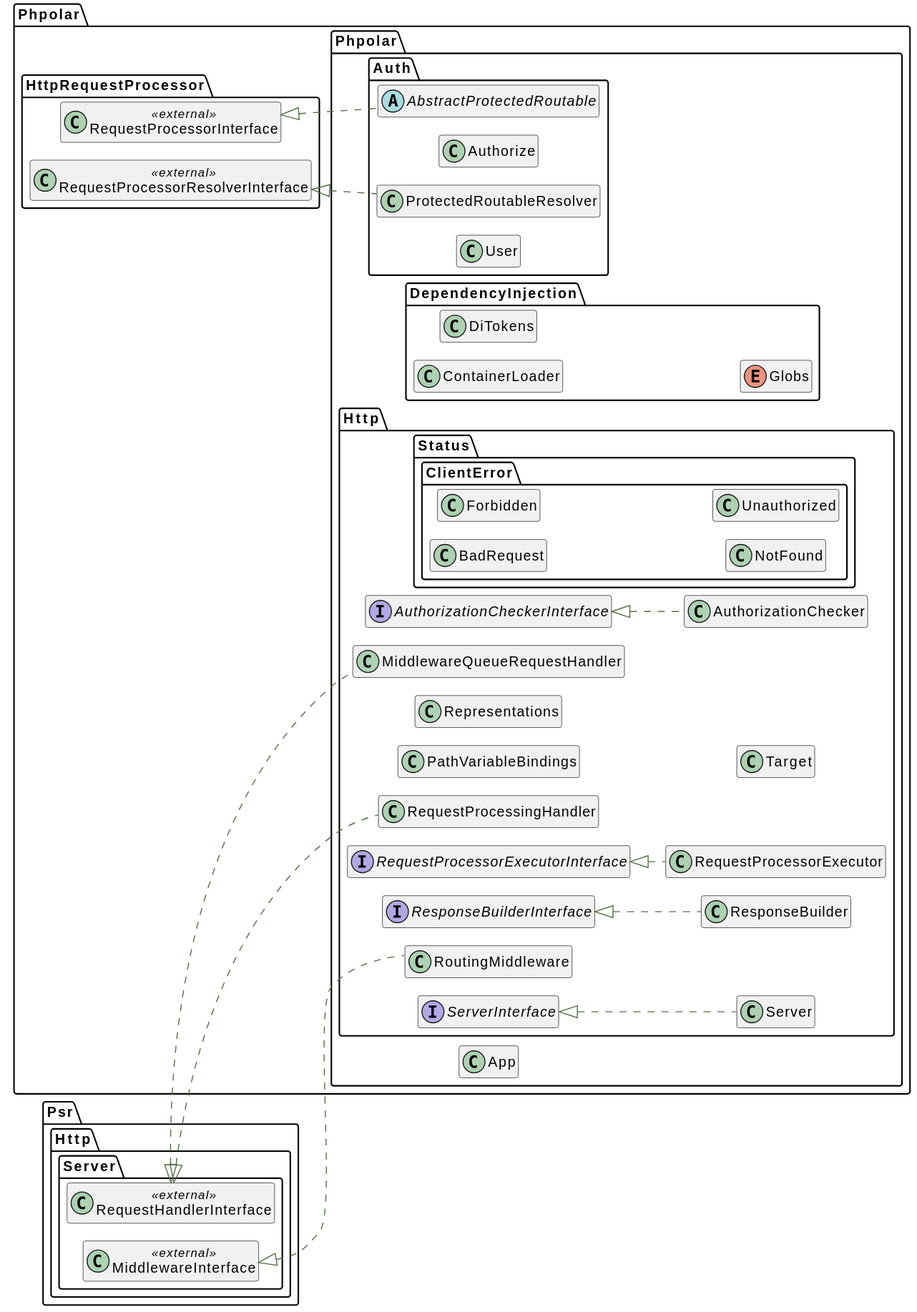
The PlantUML diagram docs/graphs/classes.svg in phpolar/phpolar, before a commit.
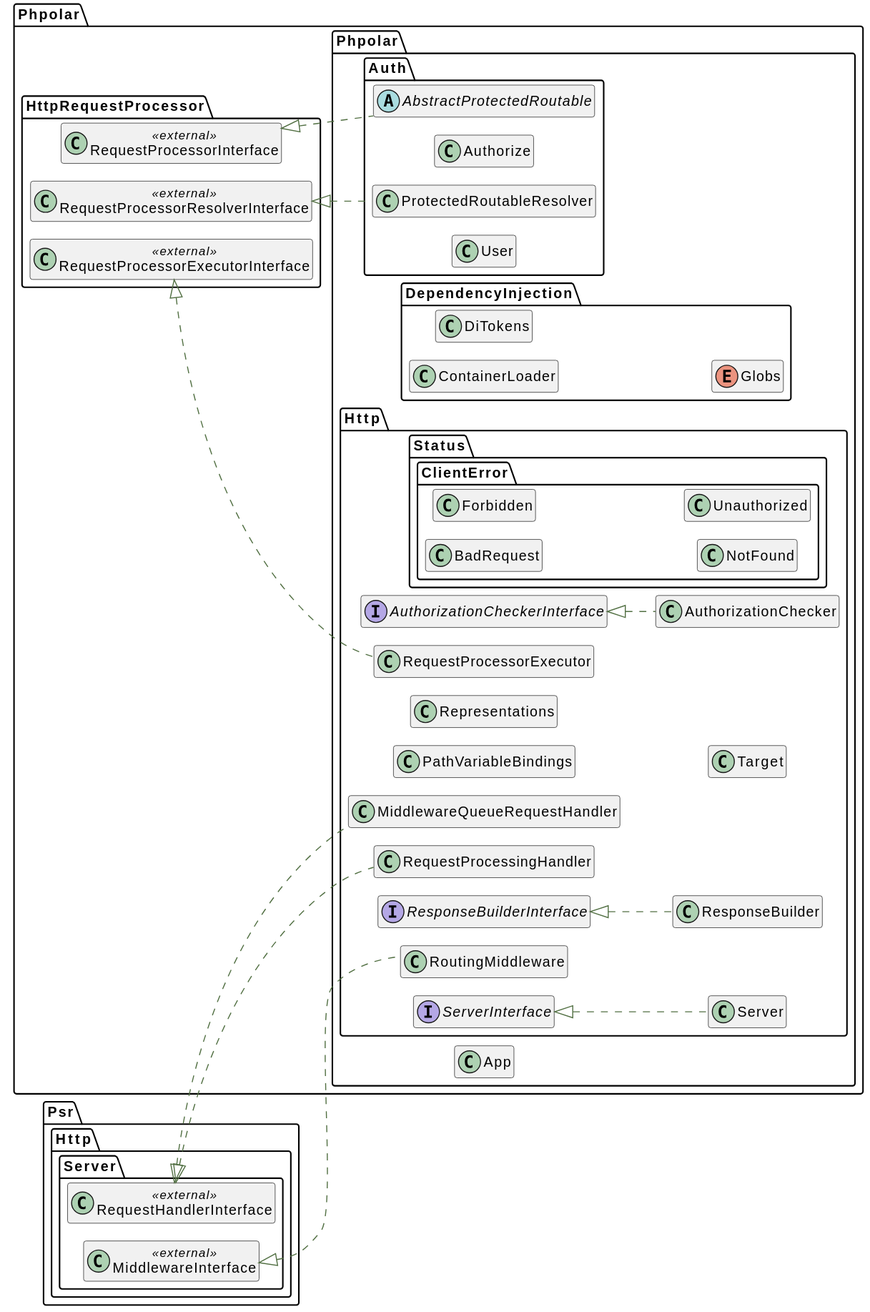
After the change.

Diff of the diagram source:
```diff
@@ -81,12 +81,12 @@
      class "RequestProcessingHandler" as RequestProcessingHandler__class    implements \\Psr\\Http\\Server\\RequestHandlerInterface__class {
     }
 }
-namespace Phpolar\\Phpolar\\Http {
-    interface "RequestProcessorExecutorInterface" as RequestProcessorExecutorInterface__interface  {
+namespace Phpolar\\HttpRequestProcessor {
+    class "RequestProcessorExecutorInterface" as RequestProcessorExecutorInterface__class << external >>{
     }
 }
 namespace Phpolar\\Phpolar\\Http {
-     class "RequestProcessorExecutor" as RequestProcessorExecutor__class    implements \\Phpolar\\Phpolar\\Http\\RequestProcessorExecutorInterface__interface {
+     class "RequestProcessorExecutor" as RequestProcessorExecutor__class    implements \\Phpolar\\HttpRequestProcessor\\RequestProcessorExecutorInterface__class {
     }
 }
 namespace Phpolar\\Phpolar\\Http {
```
